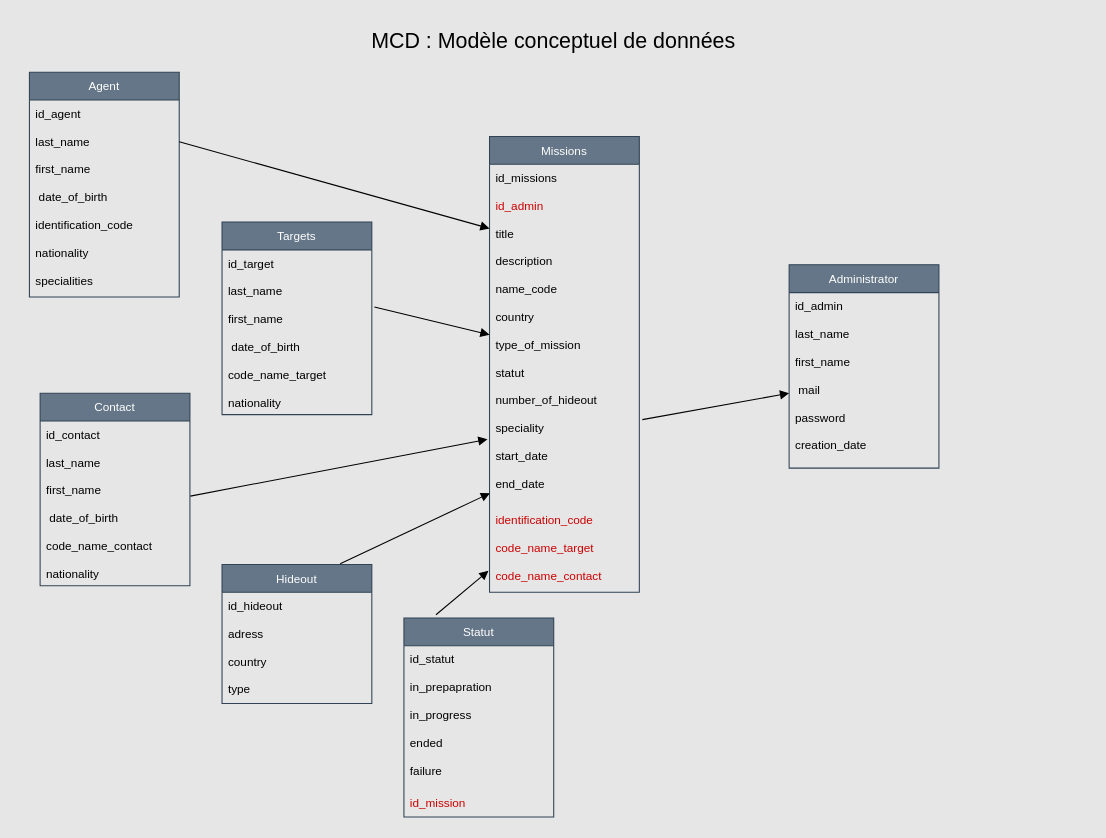
Neeruam244/kgb keeps this draw.io diagram as Diagrammes/MLD.drawio. Above is the earlier version. Source tidied: cells renumbered, new cells numbered last; positions are measured from the earlier drawing's top-left corner, leaving out a move shared by most shapes. Both pictures are drawn from the tidied source at 107%, with x=0, y=0 at pixel (18, 18).
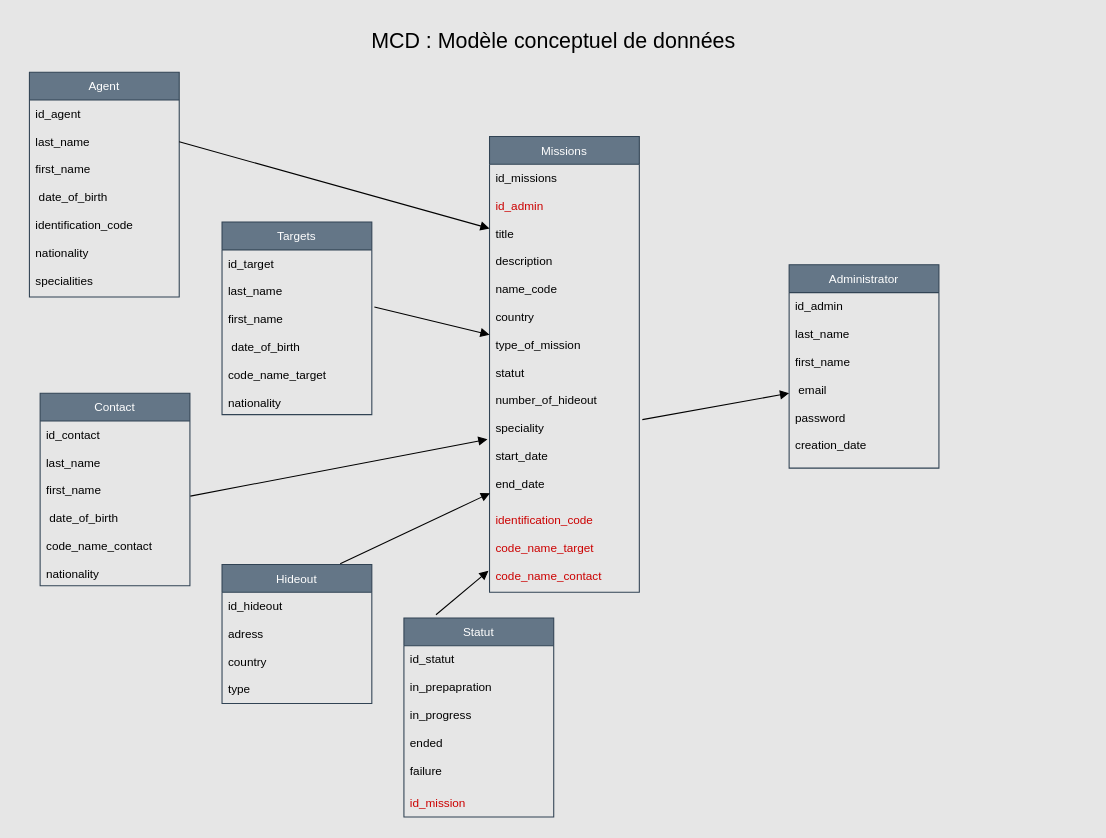
After the change.

Unchanged cells that the change refers to:
```xml
<mxCell id="25" value="Administrator" style="swimlane;fontStyle=0;horizontal=1;startSize=26;fillColor=#647687;fontSize=11;fontColor=#ffffff;strokeColor=#314354;" parent="1" vertex="1">
  <mxGeometry x="720" y="230" width="140" height="190" as="geometry" />
</mxCell>
```

Diff of the diagram source:
```diff
@@
-    <mxCell id="28" value="first_name&#10;&#10; mail&#10;&#10;password&#10;&#10;creation_date&#10;&#10;" style="text;strokeColor=none;fillColor=none;align=left;verticalAlign=top;spacingLeft=4;spacingRight=4;overflow=hidden;fontSize=11;fontColor=#000000;" parent="25" vertex="1">
+    <mxCell id="28" value="first_name&#10;&#10; email&#10;&#10;password&#10;&#10;creation_date&#10;&#10;" style="text;strokeColor=none;fillColor=none;align=left;verticalAlign=top;spacingLeft=4;spacingRight=4;overflow=hidden;fontSize=11;fontColor=#000000;" parent="25" vertex="1">
       <mxGeometry y="78" width="140" height="112" as="geometry" />
     </mxCell>
```
